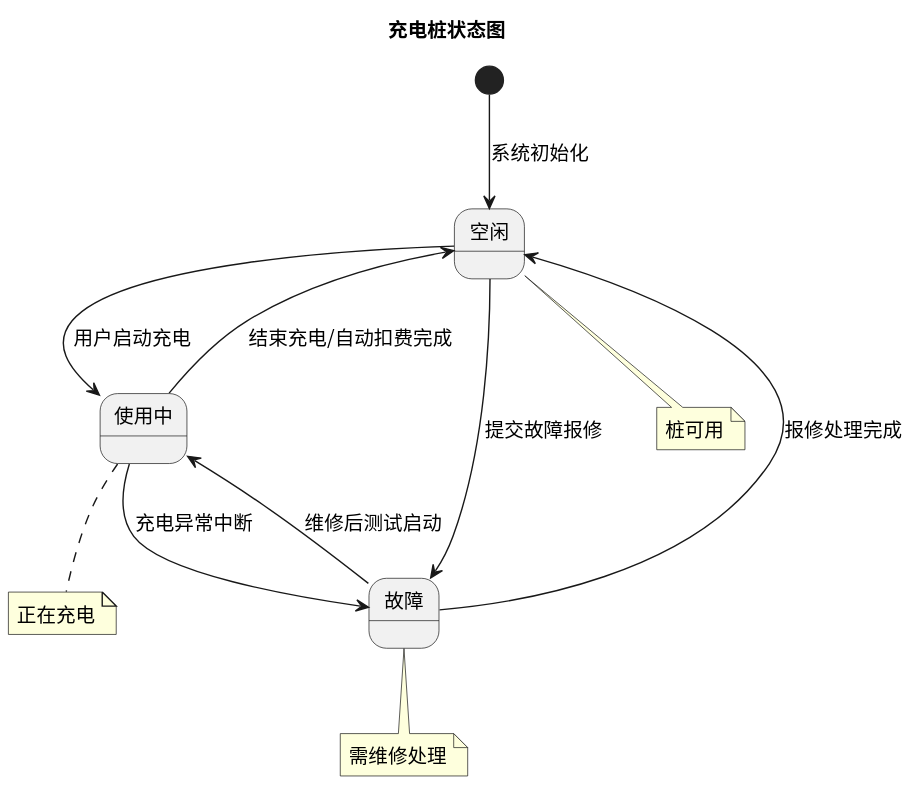
Before: status/img/state_charger.svg, a diagram exported from PlantUML (greenhandzdl/charging-station-doc).
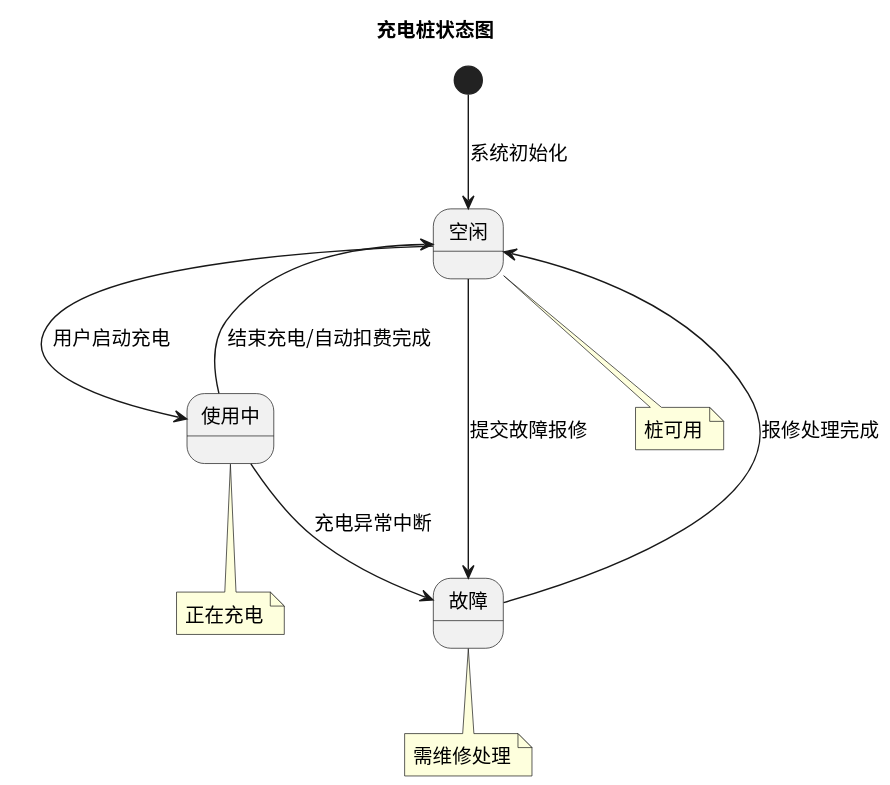
Later version of the same file.

Diff of the diagram source:
```diff
@@ -12,7 +12,6 @@
 CHARGING --> IDLE : 结束充电/自动扣费完成
 IDLE --> FAULT : 提交故障报修
 FAULT --> IDLE : 报修处理完成
-FAULT --> CHARGING : 维修后测试启动
 CHARGING --> FAULT : 充电异常中断
 
 note bottom of IDLE : 桩可用
```
